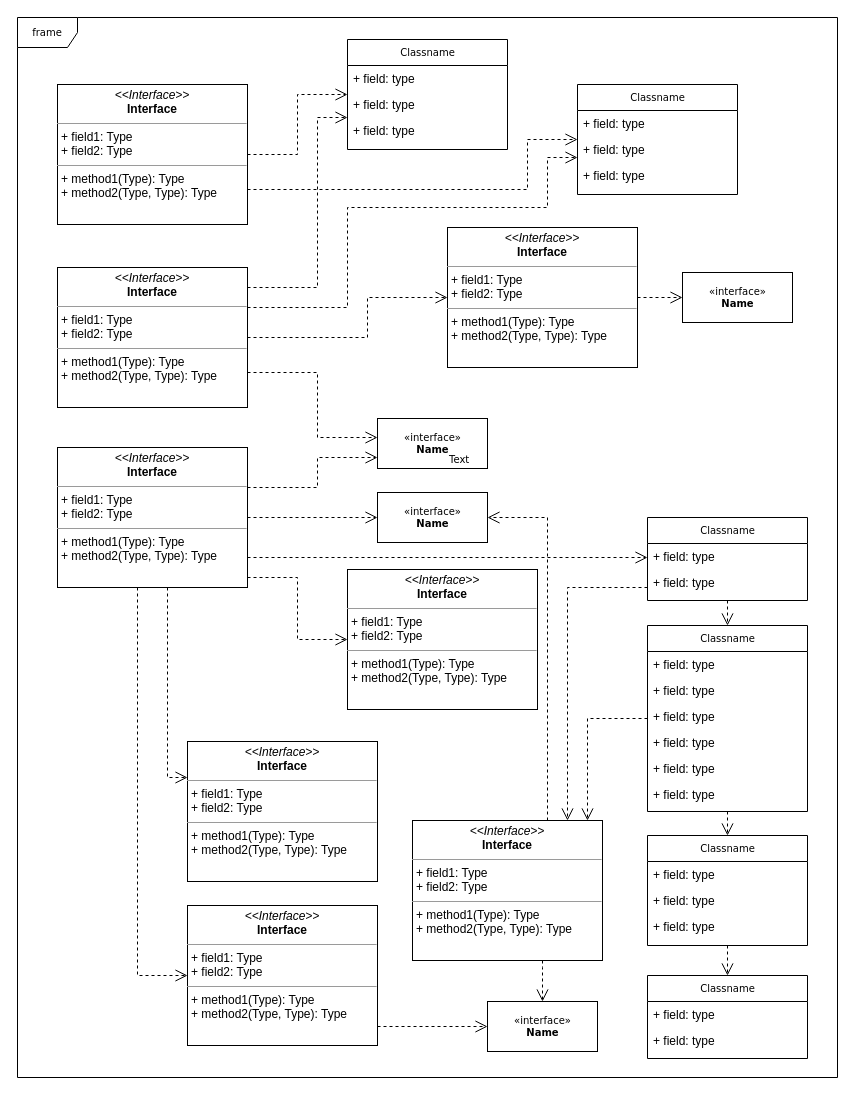
Above: Assignment 02/Untitled Diagram.drawio in Mongobob/swc-group45 (draw.io), before the change. Source tidied: cells renumbered, new cells numbered last; positions are measured from the earlier drawing's top-left corner, leaving out a move shared by most shapes. Both pictures are drawn from the tidied source at 100%, with x=0, y=0 at pixel (17, 17).
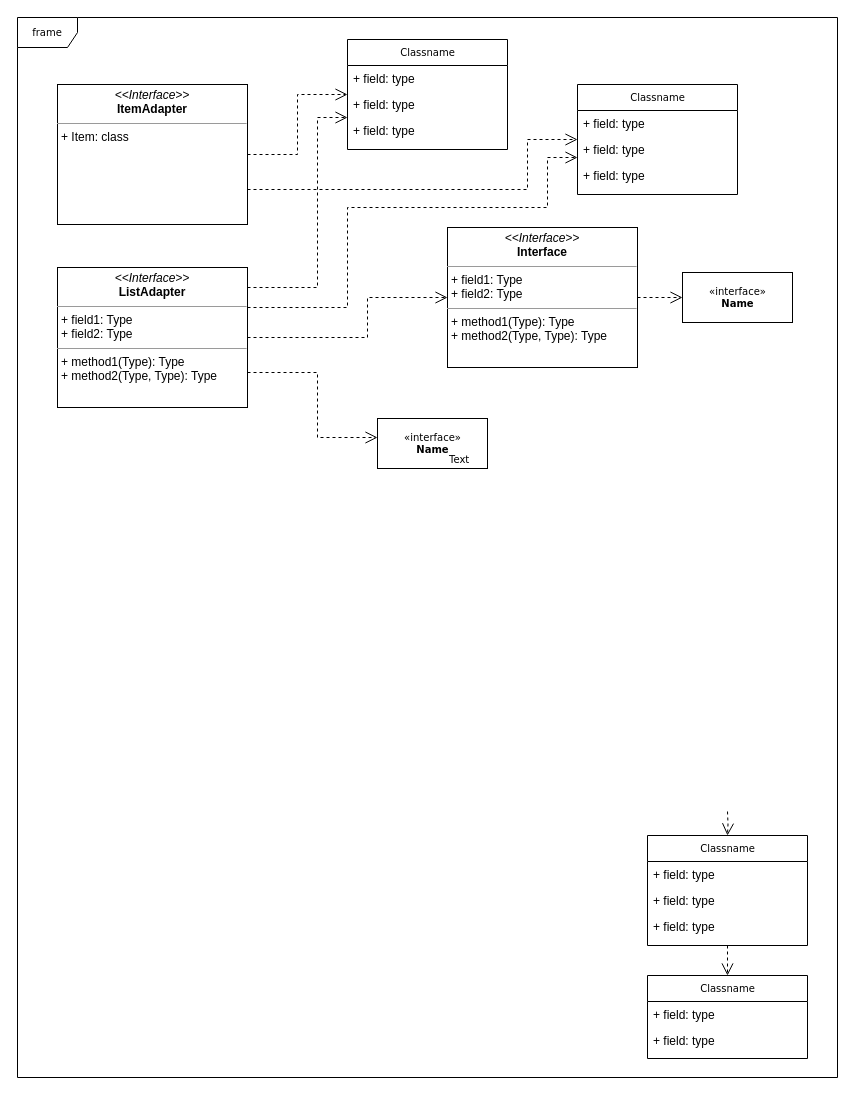
The same diagram, later.

Unchanged cells that the change refers to:
```xml
<mxCell id="24" value="Classname" style="swimlane;html=1;fontStyle=0;horizontal=1;startSize=26;fillColor=none;swimlaneFillColor=#ffffff;rounded=0;shadow=0;comic=0;labelBackgroundColor=none;strokeWidth=1;fontFamily=Verdana;fontSize=10;align=center;" parent="1" vertex="1">
  <mxGeometry x="630" y="818" width="160" height="110" as="geometry" />
</mxCell>
<mxCell id="41" value="&amp;laquo;interface&amp;raquo;&lt;br&gt;&lt;b&gt;Name&lt;/b&gt;" style="html=1;rounded=0;shadow=0;comic=0;labelBackgroundColor=none;strokeWidth=1;fontFamily=Verdana;fontSize=10;align=center;" parent="1" vertex="1">
  <mxGeometry x="360" y="401" width="110" height="50" as="geometry" />
</mxCell>
```

What changed in the source:
```diff
@@
-    <mxCell id="3" style="edgeStyle=orthogonalEdgeStyle;rounded=0;html=1;dashed=1;labelBackgroundColor=none;startFill=0;endArrow=open;endFill=0;endSize=10;fontFamily=Verdana;fontSize=10;" parent="1" edge="1" source="5" target="35">
-      <mxGeometry relative="1" as="geometry">
-        <Array as="points">
-          <mxPoint x="570" y="701" />
-        </Array>
-      </mxGeometry>
-    </mxCell>
-    <mxCell id="4" style="edgeStyle=orthogonalEdgeStyle;rounded=0;html=1;dashed=1;labelBackgroundColor=none;startFill=0;endArrow=open;endFill=0;endSize=10;fontFamily=Verdana;fontSize=10;" parent="1" edge="1" source="5" target="24">
-      <mxGeometry relative="1" as="geometry" />
+    <mxCell id="4" style="edgeStyle=orthogonalEdgeStyle;rounded=0;html=1;dashed=1;labelBackgroundColor=none;startFill=0;endArrow=open;endFill=0;endSize=10;fontFamily=Verdana;fontSize=10;" parent="1" edge="1" target="24">
+      <mxGeometry relative="1" as="geometry">
+        <mxPoint x="710" y="794" as="sourcePoint" />
+      </mxGeometry>
     </mxCell>
-    <mxCell id="5" value="Classname" style="swimlane;html=1;fontStyle=0;horizontal=1;startSize=26;fillColor=none;swimlaneFillColor=#ffffff;rounded=0;shadow=0;comic=0;labelBackgroundColor=none;strokeWidth=1;fontFamily=Verdana;fontSize=10;align=center;" parent="1" vertex="1">
-      <mxGeometry x="630" y="608" width="160" height="186" as="geometry" />
-    </mxCell>
-    <mxCell id="6" value="+ field: type" style="text;html=1;strokeColor=none;fillColor=none;align=left;verticalAlign=top;spacingLeft=4;spacingRight=4;whiteSpace=wrap;overflow=hidden;" parent="5" vertex="1">
-      <mxGeometry y="26" width="160" height="26" as="geometry" />
-    </mxCell>
-    <mxCell id="7" value="+ field: type" style="text;html=1;strokeColor=none;fillColor=none;align=left;verticalAlign=top;spacingLeft=4;spacingRight=4;whiteSpace=wrap;overflow=hidden;" parent="5" vertex="1">
-      <mxGeometry y="52" width="160" height="26" as="geometry" />
-    </mxCell>
-    <mxCell id="8" value="+ field: type" style="text;html=1;strokeColor=none;fillColor=none;align=left;verticalAlign=top;spacingLeft=4;spacingRight=4;whiteSpace=wrap;overflow=hidden;" parent="5" vertex="1">
-      <mxGeometry y="78" width="160" height="26" as="geometry" />
-    </mxCell>
-    <mxCell id="9" value="+ field: type" style="text;html=1;strokeColor=none;fillColor=none;align=left;verticalAlign=top;spacingLeft=4;spacingRight=4;whiteSpace=wrap;overflow=hidden;" parent="5" vertex="1">
-      <mxGeometry y="104" width="160" height="26" as="geometry" />
-    </mxCell>
-    <mxCell id="10" value="+ field: type" style="text;html=1;strokeColor=none;fillColor=none;align=left;verticalAlign=top;spacingLeft=4;spacingRight=4;whiteSpace=wrap;overflow=hidden;" parent="5" vertex="1">
-      <mxGeometry y="130" width="160" height="26" as="geometry" />
-    </mxCell>
-    <mxCell id="11" value="+ field: type" style="text;html=1;strokeColor=none;fillColor=none;align=left;verticalAlign=top;spacingLeft=4;spacingRight=4;whiteSpace=wrap;overflow=hidden;" parent="5" vertex="1">
-      <mxGeometry y="156" width="160" height="26" as="geometry" />
-    </mxCell>
@@
-    <mxCell id="28" style="edgeStyle=orthogonalEdgeStyle;rounded=0;html=1;dashed=1;labelBackgroundColor=none;startFill=0;endArrow=open;endFill=0;endSize=10;fontFamily=Verdana;fontSize=10;" parent="1" edge="1" source="29" target="5">
-      <mxGeometry relative="1" as="geometry" />
+    <mxCell id="28" style="edgeStyle=orthogonalEdgeStyle;rounded=0;html=1;dashed=1;labelBackgroundColor=none;startFill=0;endArrow=open;endFill=0;endSize=10;fontFamily=Verdana;fontSize=10;" parent="1" edge="1">
+      <mxGeometry relative="1" as="geometry">
+        <mxPoint x="710" y="583" as="sourcePoint" />
+      </mxGeometry>
     </mxCell>
-    <mxCell id="29" value="Classname" style="swimlane;html=1;fontStyle=0;horizontal=1;startSize=26;fillColor=none;swimlaneFillColor=#ffffff;rounded=0;shadow=0;comic=0;labelBackgroundColor=none;strokeWidth=1;fontFamily=Verdana;fontSize=10;align=center;" parent="1" vertex="1">
-      <mxGeometry x="630" y="500" width="160" height="83" as="geometry" />
-    </mxCell>
-    <mxCell id="30" value="+ field: type" style="text;html=1;strokeColor=none;fillColor=none;align=left;verticalAlign=top;spacingLeft=4;spacingRight=4;whiteSpace=wrap;overflow=hidden;" parent="29" vertex="1">
-      <mxGeometry y="26" width="160" height="26" as="geometry" />
-    </mxCell>
-    <mxCell id="31" value="+ field: type" style="text;html=1;strokeColor=none;fillColor=none;align=left;verticalAlign=top;spacingLeft=4;spacingRight=4;whiteSpace=wrap;overflow=hidden;" parent="29" vertex="1">
-      <mxGeometry y="52" width="160" height="26" as="geometry" />
-    </mxCell>
-    <mxCell id="32" value="&amp;laquo;interface&amp;raquo;&lt;br&gt;&lt;b&gt;Name&lt;/b&gt;" style="html=1;rounded=0;shadow=0;comic=0;labelBackgroundColor=none;strokeWidth=1;fontFamily=Verdana;fontSize=10;align=center;" parent="1" vertex="1">
-      <mxGeometry x="470" y="984" width="110" height="50" as="geometry" />
-    </mxCell>
-    <mxCell id="33" style="edgeStyle=orthogonalEdgeStyle;rounded=0;html=1;dashed=1;labelBackgroundColor=none;startFill=0;endArrow=open;endFill=0;endSize=10;fontFamily=Verdana;fontSize=10;" parent="1" edge="1" source="35" target="32">
-      <mxGeometry relative="1" as="geometry">
-        <Array as="points">
-          <mxPoint x="525" y="950" />
-          <mxPoint x="525" y="950" />
-        </Array>
-      </mxGeometry>
-    </mxCell>
-    <mxCell id="34" style="edgeStyle=orthogonalEdgeStyle;rounded=0;html=1;dashed=1;labelBackgroundColor=none;startFill=0;endArrow=open;endFill=0;endSize=10;fontFamily=Verdana;fontSize=10;" parent="1" edge="1" source="35" target="40">
-      <mxGeometry relative="1" as="geometry">
-        <Array as="points">
-          <mxPoint x="530" y="500" />
-        </Array>
-      </mxGeometry>
-    </mxCell>
-    <mxCell id="35" value="&lt;p style=&quot;margin:0px;margin-top:4px;text-align:center;&quot;&gt;&lt;i&gt;&amp;lt;&amp;lt;Interface&amp;gt;&amp;gt;&lt;/i&gt;&lt;br/&gt;&lt;b&gt;Interface&lt;/b&gt;&lt;/p&gt;&lt;hr size=&quot;1&quot;/&gt;&lt;p style=&quot;margin:0px;margin-left:4px;&quot;&gt;+ field1: Type&lt;br/&gt;+ field2: Type&lt;/p&gt;&lt;hr size=&quot;1&quot;/&gt;&lt;p style=&quot;margin:0px;margin-left:4px;&quot;&gt;+ method1(Type): Type&lt;br/&gt;+ method2(Type, Type): Type&lt;/p&gt;" style="verticalAlign=top;align=left;overflow=fill;fontSize=12;fontFamily=Helvetica;html=1;rounded=0;shadow=0;comic=0;labelBackgroundColor=none;strokeWidth=1;" parent="1" vertex="1">
-      <mxGeometry x="395" y="803" width="190" height="140" as="geometry" />
-    </mxCell>
-    <mxCell id="36" value="&lt;p style=&quot;margin:0px;margin-top:4px;text-align:center;&quot;&gt;&lt;i&gt;&amp;lt;&amp;lt;Interface&amp;gt;&amp;gt;&lt;/i&gt;&lt;br/&gt;&lt;b&gt;Interface&lt;/b&gt;&lt;/p&gt;&lt;hr size=&quot;1&quot;/&gt;&lt;p style=&quot;margin:0px;margin-left:4px;&quot;&gt;+ field1: Type&lt;br/&gt;+ field2: Type&lt;/p&gt;&lt;hr size=&quot;1&quot;/&gt;&lt;p style=&quot;margin:0px;margin-left:4px;&quot;&gt;+ method1(Type): Type&lt;br/&gt;+ method2(Type, Type): Type&lt;/p&gt;" style="verticalAlign=top;align=left;overflow=fill;fontSize=12;fontFamily=Helvetica;html=1;rounded=0;shadow=0;comic=0;labelBackgroundColor=none;strokeWidth=1;" parent="1" vertex="1">
-      <mxGeometry x="330" y="552" width="190" height="140" as="geometry" />
-    </mxCell>
-    <mxCell id="37" style="edgeStyle=orthogonalEdgeStyle;rounded=0;html=1;dashed=1;labelBackgroundColor=none;startFill=0;endArrow=open;endFill=0;endSize=10;fontFamily=Verdana;fontSize=10;" parent="1" edge="1" source="38" target="32">
-      <mxGeometry relative="1" as="geometry">
-        <Array as="points">
-          <mxPoint x="390" y="1009" />
-          <mxPoint x="390" y="1009" />
-        </Array>
-      </mxGeometry>
-    </mxCell>
-    <mxCell id="38" value="&lt;p style=&quot;margin:0px;margin-top:4px;text-align:center;&quot;&gt;&lt;i&gt;&amp;lt;&amp;lt;Interface&amp;gt;&amp;gt;&lt;/i&gt;&lt;br/&gt;&lt;b&gt;Interface&lt;/b&gt;&lt;/p&gt;&lt;hr size=&quot;1&quot;/&gt;&lt;p style=&quot;margin:0px;margin-left:4px;&quot;&gt;+ field1: Type&lt;br/&gt;+ field2: Type&lt;/p&gt;&lt;hr size=&quot;1&quot;/&gt;&lt;p style=&quot;margin:0px;margin-left:4px;&quot;&gt;+ method1(Type): Type&lt;br/&gt;+ method2(Type, Type): Type&lt;/p&gt;" style="verticalAlign=top;align=left;overflow=fill;fontSize=12;fontFamily=Helvetica;html=1;rounded=0;shadow=0;comic=0;labelBackgroundColor=none;strokeWidth=1;" parent="1" vertex="1">
-      <mxGeometry x="170" y="888" width="190" height="140" as="geometry" />
-    </mxCell>
-    <mxCell id="39" value="&lt;p style=&quot;margin:0px;margin-top:4px;text-align:center;&quot;&gt;&lt;i&gt;&amp;lt;&amp;lt;Interface&amp;gt;&amp;gt;&lt;/i&gt;&lt;br/&gt;&lt;b&gt;Interface&lt;/b&gt;&lt;/p&gt;&lt;hr size=&quot;1&quot;/&gt;&lt;p style=&quot;margin:0px;margin-left:4px;&quot;&gt;+ field1: Type&lt;br/&gt;+ field2: Type&lt;/p&gt;&lt;hr size=&quot;1&quot;/&gt;&lt;p style=&quot;margin:0px;margin-left:4px;&quot;&gt;+ method1(Type): Type&lt;br/&gt;+ method2(Type, Type): Type&lt;/p&gt;" style="verticalAlign=top;align=left;overflow=fill;fontSize=12;fontFamily=Helvetica;html=1;rounded=0;shadow=0;comic=0;labelBackgroundColor=none;strokeWidth=1;" parent="1" vertex="1">
-      <mxGeometry x="170" y="724" width="190" height="140" as="geometry" />
-    </mxCell>
-    <mxCell id="40" value="&amp;laquo;interface&amp;raquo;&lt;br&gt;&lt;b&gt;Name&lt;/b&gt;" style="html=1;rounded=0;shadow=0;comic=0;labelBackgroundColor=none;strokeWidth=1;fontFamily=Verdana;fontSize=10;align=center;" parent="1" vertex="1">
-      <mxGeometry x="360" y="475" width="110" height="50" as="geometry" />
-    </mxCell>
@@
-    <mxCell id="48" value="&lt;p style=&quot;margin:0px;margin-top:4px;text-align:center;&quot;&gt;&lt;i&gt;&amp;lt;&amp;lt;Interface&amp;gt;&amp;gt;&lt;/i&gt;&lt;br/&gt;&lt;b&gt;Interface&lt;/b&gt;&lt;/p&gt;&lt;hr size=&quot;1&quot;/&gt;&lt;p style=&quot;margin:0px;margin-left:4px;&quot;&gt;+ field1: Type&lt;br/&gt;+ field2: Type&lt;/p&gt;&lt;hr size=&quot;1&quot;/&gt;&lt;p style=&quot;margin:0px;margin-left:4px;&quot;&gt;+ method1(Type): Type&lt;br/&gt;+ method2(Type, Type): Type&lt;/p&gt;" style="verticalAlign=top;align=left;overflow=fill;fontSize=12;fontFamily=Helvetica;html=1;rounded=0;shadow=0;comic=0;labelBackgroundColor=none;strokeWidth=1;" parent="1" vertex="1">
+    <mxCell id="48" value="&lt;p style=&quot;margin: 0px ; margin-top: 4px ; text-align: center&quot;&gt;&lt;i&gt;&amp;lt;&amp;lt;Interface&amp;gt;&amp;gt;&lt;/i&gt;&lt;br&gt;&lt;b&gt;ItemAdapter&lt;/b&gt;&lt;br&gt;&lt;/p&gt;&lt;hr size=&quot;1&quot;&gt;&lt;p style=&quot;margin: 0px ; margin-left: 4px&quot;&gt;+ Item: class&lt;br&gt;&lt;/p&gt;&lt;p style=&quot;margin: 0px ; margin-left: 4px&quot;&gt;&lt;br&gt;&lt;/p&gt;" style="verticalAlign=top;align=left;overflow=fill;fontSize=12;fontFamily=Helvetica;html=1;rounded=0;shadow=0;comic=0;labelBackgroundColor=none;strokeWidth=1;" parent="1" vertex="1">
       <mxGeometry x="40" y="67" width="190" height="140" as="geometry" />
     </mxCell>
@@
-    <mxCell id="53" value="&lt;p style=&quot;margin:0px;margin-top:4px;text-align:center;&quot;&gt;&lt;i&gt;&amp;lt;&amp;lt;Interface&amp;gt;&amp;gt;&lt;/i&gt;&lt;br/&gt;&lt;b&gt;Interface&lt;/b&gt;&lt;/p&gt;&lt;hr size=&quot;1&quot;/&gt;&lt;p style=&quot;margin:0px;margin-left:4px;&quot;&gt;+ field1: Type&lt;br/&gt;+ field2: Type&lt;/p&gt;&lt;hr size=&quot;1&quot;/&gt;&lt;p style=&quot;margin:0px;margin-left:4px;&quot;&gt;+ method1(Type): Type&lt;br/&gt;+ method2(Type, Type): Type&lt;/p&gt;" style="verticalAlign=top;align=left;overflow=fill;fontSize=12;fontFamily=Helvetica;html=1;rounded=0;shadow=0;comic=0;labelBackgroundColor=none;strokeWidth=1;" parent="1" vertex="1">
+    <mxCell id="53" value="&lt;p style=&quot;margin: 0px ; margin-top: 4px ; text-align: center&quot;&gt;&lt;i&gt;&amp;lt;&amp;lt;Interface&amp;gt;&amp;gt;&lt;/i&gt;&lt;br&gt;&lt;b&gt;ListAdapter&lt;/b&gt;&lt;/p&gt;&lt;hr size=&quot;1&quot;&gt;&lt;p style=&quot;margin: 0px ; margin-left: 4px&quot;&gt;+ field1: Type&lt;br&gt;+ field2: Type&lt;/p&gt;&lt;hr size=&quot;1&quot;&gt;&lt;p style=&quot;margin: 0px ; margin-left: 4px&quot;&gt;+ method1(Type): Type&lt;br&gt;+ method2(Type, Type): Type&lt;/p&gt;" style="verticalAlign=top;align=left;overflow=fill;fontSize=12;fontFamily=Helvetica;html=1;rounded=0;shadow=0;comic=0;labelBackgroundColor=none;strokeWidth=1;" parent="1" vertex="1">
       <mxGeometry x="40" y="250" width="190" height="140" as="geometry" />
     </mxCell>
-    <mxCell id="54" style="edgeStyle=orthogonalEdgeStyle;rounded=0;html=1;dashed=1;labelBackgroundColor=none;startFill=0;endArrow=open;endFill=0;endSize=10;fontFamily=Verdana;fontSize=10;" parent="1" edge="1" source="60" target="41">
-      <mxGeometry relative="1" as="geometry">
-        <Array as="points">
-          <mxPoint x="300" y="470" />
-          <mxPoint x="300" y="440" />
-        </Array>
-      </mxGeometry>
-    </mxCell>
-    <mxCell id="55" style="edgeStyle=orthogonalEdgeStyle;rounded=0;html=1;dashed=1;labelBackgroundColor=none;startFill=0;endArrow=open;endFill=0;endSize=10;fontFamily=Verdana;fontSize=10;" parent="1" edge="1" source="60" target="40">
-      <mxGeometry relative="1" as="geometry" />
-    </mxCell>
-    <mxCell id="56" style="edgeStyle=orthogonalEdgeStyle;rounded=0;html=1;dashed=1;labelBackgroundColor=none;startFill=0;endArrow=open;endFill=0;endSize=10;fontFamily=Verdana;fontSize=10;" parent="1" edge="1" source="60" target="36">
-      <mxGeometry relative="1" as="geometry">
-        <Array as="points">
-          <mxPoint x="280" y="560" />
-          <mxPoint x="280" y="622" />
-        </Array>
-      </mxGeometry>
-    </mxCell>
-    <mxCell id="57" style="edgeStyle=orthogonalEdgeStyle;rounded=0;html=1;dashed=1;labelBackgroundColor=none;startFill=0;endArrow=open;endFill=0;endSize=10;fontFamily=Verdana;fontSize=10;" parent="1" edge="1" source="60" target="29">
-      <mxGeometry relative="1" as="geometry">
-        <Array as="points">
-          <mxPoint x="330" y="540" />
-          <mxPoint x="330" y="540" />
-        </Array>
-      </mxGeometry>
-    </mxCell>
-    <mxCell id="58" style="edgeStyle=orthogonalEdgeStyle;rounded=0;html=1;dashed=1;labelBackgroundColor=none;startFill=0;endArrow=open;endFill=0;endSize=10;fontFamily=Verdana;fontSize=10;" parent="1" edge="1" source="60" target="39">
-      <mxGeometry relative="1" as="geometry">
-        <Array as="points">
-          <mxPoint x="150" y="760" />
-        </Array>
-      </mxGeometry>
-    </mxCell>
-    <mxCell id="59" style="edgeStyle=orthogonalEdgeStyle;rounded=0;html=1;dashed=1;labelBackgroundColor=none;startFill=0;endArrow=open;endFill=0;endSize=10;fontFamily=Verdana;fontSize=10;" parent="1" edge="1" source="60" target="38">
-      <mxGeometry relative="1" as="geometry">
-        <Array as="points">
-          <mxPoint x="120" y="958" />
-        </Array>
-      </mxGeometry>
-    </mxCell>
-    <mxCell id="60" value="&lt;p style=&quot;margin:0px;margin-top:4px;text-align:center;&quot;&gt;&lt;i&gt;&amp;lt;&amp;lt;Interface&amp;gt;&amp;gt;&lt;/i&gt;&lt;br/&gt;&lt;b&gt;Interface&lt;/b&gt;&lt;/p&gt;&lt;hr size=&quot;1&quot;/&gt;&lt;p style=&quot;margin:0px;margin-left:4px;&quot;&gt;+ field1: Type&lt;br/&gt;+ field2: Type&lt;/p&gt;&lt;hr size=&quot;1&quot;/&gt;&lt;p style=&quot;margin:0px;margin-left:4px;&quot;&gt;+ method1(Type): Type&lt;br/&gt;+ method2(Type, Type): Type&lt;/p&gt;" style="verticalAlign=top;align=left;overflow=fill;fontSize=12;fontFamily=Helvetica;html=1;rounded=0;shadow=0;comic=0;labelBackgroundColor=none;strokeWidth=1;" parent="1" vertex="1">
-      <mxGeometry x="40" y="430" width="190" height="140" as="geometry" />
-    </mxCell>
-    <mxCell id="61" style="edgeStyle=orthogonalEdgeStyle;rounded=0;html=1;dashed=1;labelBackgroundColor=none;startFill=0;endArrow=open;endFill=0;endSize=10;fontFamily=Verdana;fontSize=10;" parent="1" edge="1" source="29" target="35">
-      <mxGeometry relative="1" as="geometry">
-        <Array as="points">
-          <mxPoint x="550" y="570" />
-        </Array>
-      </mxGeometry>
-    </mxCell>
```
